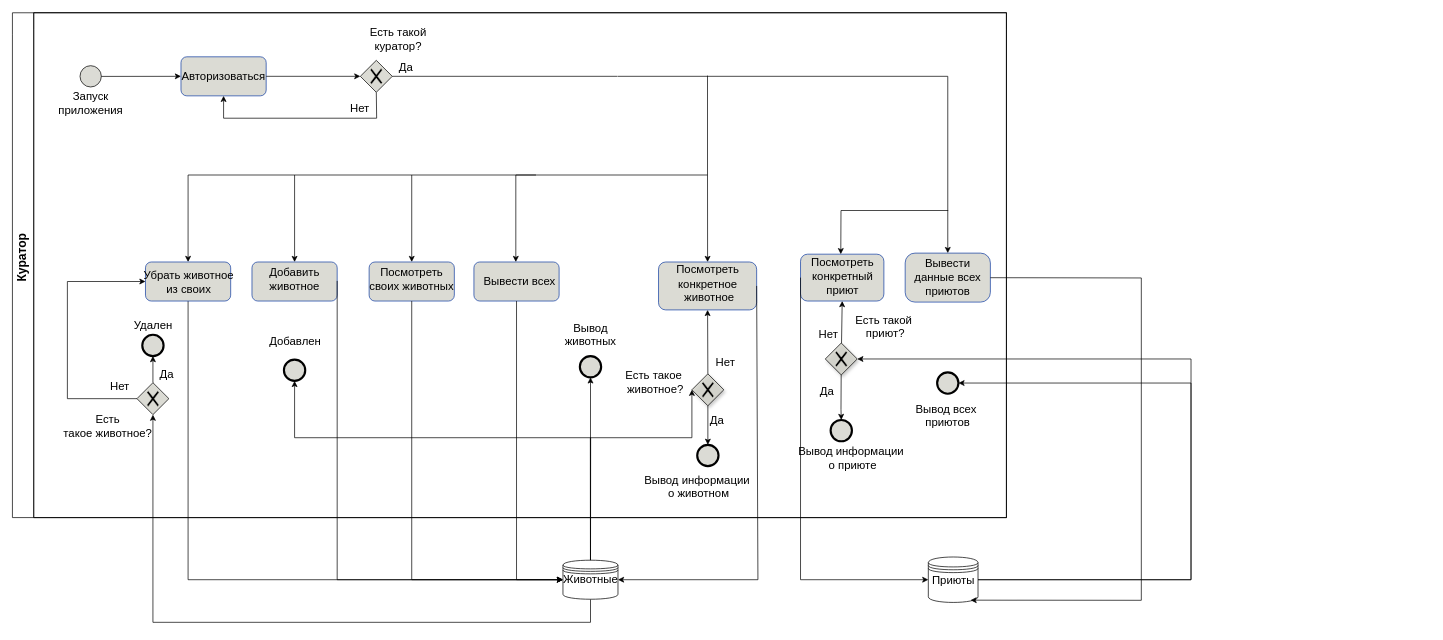
Before: diagrams/bpmn.drawio in Laiika/bmstu-iu7-sd, a draw.io diagram. Source tidied: cells renumbered, new cells numbered last; positions are measured from the earlier drawing's top-left corner, leaving out a move shared by most shapes. Both pictures are drawn from the tidied source at 71%, with x=0, y=0 at pixel (7, 13).
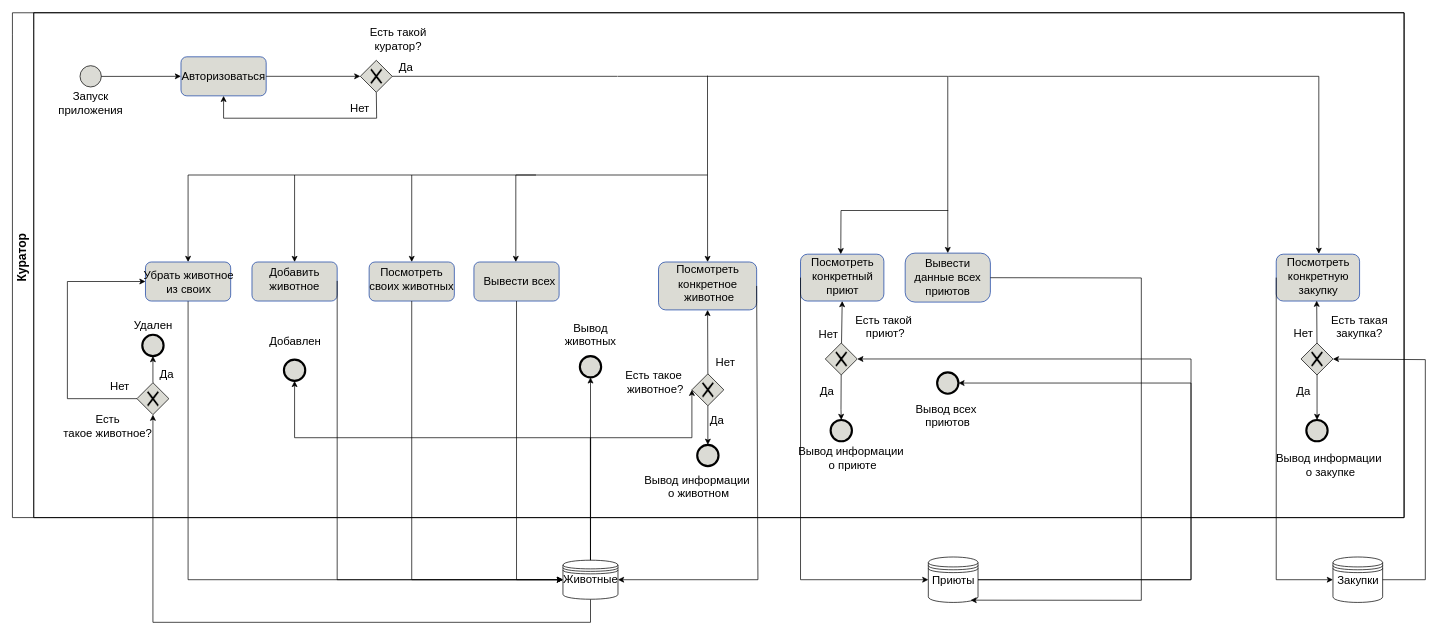
The same page after the edit.

What changed in the source:
```diff
@@
     <mxCell id="2" style="graphMlID=n0;shape=swimlane;swimlaneLine=0;fillColor=#FFFFFF;strokeColor=#000000;strokeWidth=1.0;swimlaneFillColor=#FFFFFF;startSize=30;" parent="1" vertex="1">
-      <mxGeometry x="7" y="-0.5" width="1400" height="711" as="geometry" />
+      <mxGeometry x="7" y="-0.5" width="1960" height="711" as="geometry" />
     </mxCell>
     <mxCell id="3" style="shape=swimlane;startSize=23;fillColor=#ffffff;swimlaneLine=0;swimlaneFillColor=#ffffff;" parent="2" vertex="1">
-      <mxGeometry x="30" width="1370" height="711" as="geometry" />
+      <mxGeometry x="30" width="1930" height="711" as="geometry" />
     </mxCell>
@@
-    <mxCell id="35" style="graphMlID=n0::n15;gradientDirection=east;shape=mxgraph.bpmn.shape;perimeter=rhombusPerimeter;background=gateway;shadow=1;fillColor=#d4d4ccd4;gradientColor=none;strokeColor=#000000;strokeWidth=1.0;symbol=exclusiveGw;" parent="3" vertex="1">
+    <mxCell id="35" style="graphMlID=n0::n15;gradientDirection=east;shape=mxgraph.bpmn.shape;perimeter=rhombusPerimeter;background=gateway;shadow=0;fillColor=#d4d4ccd4;gradientColor=none;strokeColor=#000000;strokeWidth=1.0;symbol=exclusiveGw;" parent="3" vertex="1">
       <mxGeometry x="927" y="508.5" width="45" height="45" as="geometry" />
     </mxCell>
@@
     <mxCell id="42" style="shape=swimlane;horizontal=0;startSize=23;fillColor=none;swimlaneLine=0;" parent="2" vertex="1">
-      <mxGeometry x="30" width="1370" height="711" as="geometry" />
+      <mxGeometry x="30" width="1930" height="711" as="geometry" />
     </mxCell>
@@
+    <mxCell id="86" style="graphMlID=n0::e3;rounded=0;endArrow=classic;strokeColor=#000000;strokeWidth=1.0;startArrow=none;startFill=1;endFill=1;exitX=1;exitY=0.5;exitDx=0;exitDy=0;" parent="42" edge="1">
+      <mxGeometry relative="1" as="geometry">
+        <mxPoint x="1288" y="89.5" as="sourcePoint" />
+        <mxPoint x="1810" y="339.5" as="targetPoint" />
+        <Array as="points">
+          <mxPoint x="1810" y="89.5" />
+        </Array>
+      </mxGeometry>
+    </mxCell>
+    <mxCell id="87" value="&lt;font style=&quot;font-size: 16px;&quot;&gt;Вывод информации&lt;br&gt;&amp;nbsp;о закупке&lt;/font&gt;" style="text;html=1;spacing=0;align=center;fontFamily=dialog;fontSize=12;fontStyle=0;=center;fontColor=#000000;verticalAlign=bottom;" parent="42" vertex="1">
+      <mxGeometry x="1730" y="638.5" width="188.8" height="18" as="geometry" />
+    </mxCell>
@@
-    <mxCell id="58" style="graphMlID=n0::n15;gradientDirection=east;shape=mxgraph.bpmn.shape;perimeter=rhombusPerimeter;background=gateway;shadow=1;fillColor=#d4d4ccd4;gradientColor=none;strokeColor=#000000;strokeWidth=1.0;symbol=exclusiveGw;" parent="2" vertex="1">
+    <mxCell id="58" style="graphMlID=n0::n15;gradientDirection=east;shape=mxgraph.bpmn.shape;perimeter=rhombusPerimeter;background=gateway;shadow=0;fillColor=#d4d4ccd4;gradientColor=none;strokeColor=#000000;strokeWidth=1.0;symbol=exclusiveGw;" parent="2" vertex="1">
       <mxGeometry x="1144.9" y="465.1" width="45" height="45" as="geometry" />
     </mxCell>
@@
+    <mxCell id="88" style="graphMlID=n0::n14;gradientDirection=east;shape=ext;rounded=1;fillColor=#d4d4ccd4;gradientColor=none;strokeColor=#123ea2;strokeWidth=1.0;symbol=;shadow=0;" parent="1" vertex="1">
+      <mxGeometry x="1787" y="339.5" width="117.4" height="66" as="geometry" />
+    </mxCell>
+    <mxCell id="89" value="&lt;font style=&quot;font-size: 16px;&quot;&gt;Посмотреть&lt;br&gt;конкретную&lt;br&gt;закупку&lt;br&gt;&lt;/font&gt;" style="text;html=1;spacing=0;align=center;fontFamily=dialog;fontSize=12;fontStyle=0;=center;fontColor=#000000;verticalAlign=bottom;" parent="88" vertex="1">
+      <mxGeometry x="19.2" y="5.5" width="79" height="55.1" as="geometry" />
+    </mxCell>
+    <mxCell id="90" style="graphMlID=n0::n15;gradientDirection=east;shape=mxgraph.bpmn.shape;perimeter=rhombusPerimeter;background=gateway;shadow=0;fillColor=#d4d4ccd4;gradientColor=none;strokeColor=#000000;strokeWidth=1.0;symbol=exclusiveGw;" parent="1" vertex="1">
+      <mxGeometry x="1821.9" y="464.6" width="45" height="45" as="geometry" />
+    </mxCell>
+    <mxCell id="91" value="&lt;font style=&quot;font-size: 16px;&quot;&gt;Есть такая&lt;br&gt;закупка?&lt;/font&gt;" style="text;html=1;spacing=0;align=center;fontFamily=dialog;fontSize=12;fontStyle=0;=center;fontColor=#000000;verticalAlign=bottom;" parent="90" vertex="1">
+      <mxGeometry x="29.3" y="-22" width="106.3" height="18" as="geometry" />
+    </mxCell>
+    <mxCell id="92" style="graphMlID=n0::n16;gradientDirection=east;shape=mxgraph.bpmn.shape;perimeter=ellipsePerimeter;shadow=0;fillColor=#d4d4ccd4;gradientColor=none;strokeColor=#000000;strokeWidth=3;outline=standard;symbol=general;" parent="1" vertex="1">
+      <mxGeometry x="1829.4" y="573" width="30" height="30" as="geometry" />
+    </mxCell>
+    <mxCell id="93" style="graphMlID=n2;gradientDirection=east;shape=datastore;strokeWidth=1.0;symbol=datastore;shadow=0;" parent="1" vertex="1">
+      <mxGeometry x="1866.9" y="766" width="70" height="64" as="geometry" />
+    </mxCell>
+    <mxCell id="94" value="&lt;font style=&quot;font-size: 16px;&quot;&gt;Закупки&lt;/font&gt;" style="text;html=1;spacing=0;align=center;fontFamily=dialog;fontSize=12;fontStyle=0;=center;fontColor=#000000;verticalAlign=bottom;" parent="93" vertex="1">
+      <mxGeometry x="4.7" y="21.5" width="60.5" height="20.9" as="geometry" />
+    </mxCell>
+    <mxCell id="95" style="graphMlID=e6;rounded=0;endArrow=classic;strokeColor=#000000;strokeWidth=1.0;startArrow=none;startFill=1;endFill=1;exitX=1;exitY=0.5;exitDx=0;exitDy=0;" parent="1" edge="1" source="93" target="90">
+      <mxGeometry relative="1" as="geometry">
+        <Array as="points">
+          <mxPoint x="1997" y="798" />
+          <mxPoint x="1997" y="488" />
+        </Array>
+      </mxGeometry>
+    </mxCell>
+    <mxCell id="96" style="graphMlID=e0;rounded=0;endArrow=classic;strokeColor=#000000;strokeWidth=1.0;startArrow=none;startFill=1;endFill=1;entryX=0;entryY=0.5;entryDx=0;entryDy=0;exitX=0;exitY=0.5;exitDx=0;exitDy=0;" parent="1" edge="1" source="88" target="93">
+      <mxGeometry relative="1" as="geometry">
+        <Array as="points">
+          <mxPoint x="1787" y="373" />
+          <mxPoint x="1787" y="798" />
+        </Array>
+      </mxGeometry>
+    </mxCell>
+    <mxCell id="97" style="graphMlID=n0::e14;rounded=0;endArrow=classic;strokeColor=#000000;strokeWidth=1.0;startArrow=none;startFill=1;endFill=1;exitX=0.5;exitY=0;exitDx=0;exitDy=0;" parent="1" edge="1" source="90">
+      <mxGeometry relative="1" as="geometry">
+        <mxPoint x="1844" y="405" as="targetPoint" />
+      </mxGeometry>
+    </mxCell>
+    <mxCell id="98" value="&lt;font style=&quot;font-size: 16px;&quot;&gt;Нет&lt;/font&gt;" style="text;html=1;spacing=0;align=center;fontFamily=dialog;fontSize=12;fontStyle=0;=center;fontColor=#000000;verticalAlign=bottom;" parent="97" vertex="1">
+      <mxGeometry y="-38.98" width="27.4" height="17.97" relative="1" as="geometry">
+        <mxPoint x="-72" y="8" as="offset" />
+      </mxGeometry>
+    </mxCell>
+    <mxCell id="99" style="graphMlID=n0::e15;rounded=0;endArrow=classic;strokeColor=#000000;strokeWidth=1.0;startArrow=none;startFill=1;endFill=1;" parent="1" edge="1">
+      <mxGeometry relative="1" as="geometry">
+        <mxPoint x="1844.5" y="509" as="sourcePoint" />
+        <mxPoint x="1844.5" y="573" as="targetPoint" />
+        <Array as="points">
+          <mxPoint x="1844.5" y="557.5" />
+        </Array>
+      </mxGeometry>
+    </mxCell>
+    <mxCell id="100" value="&lt;font style=&quot;font-size: 16px;&quot;&gt;Да&lt;/font&gt;" style="text;html=1;spacing=0;align=center;fontFamily=dialog;fontSize=12;fontStyle=0;=center;fontColor=#000000;verticalAlign=bottom;" parent="99" vertex="1">
+      <mxGeometry y="-38.98" width="20.73" height="17.97" relative="1" as="geometry">
+        <mxPoint x="9" y="-16" as="offset" />
+      </mxGeometry>
+    </mxCell>
```
